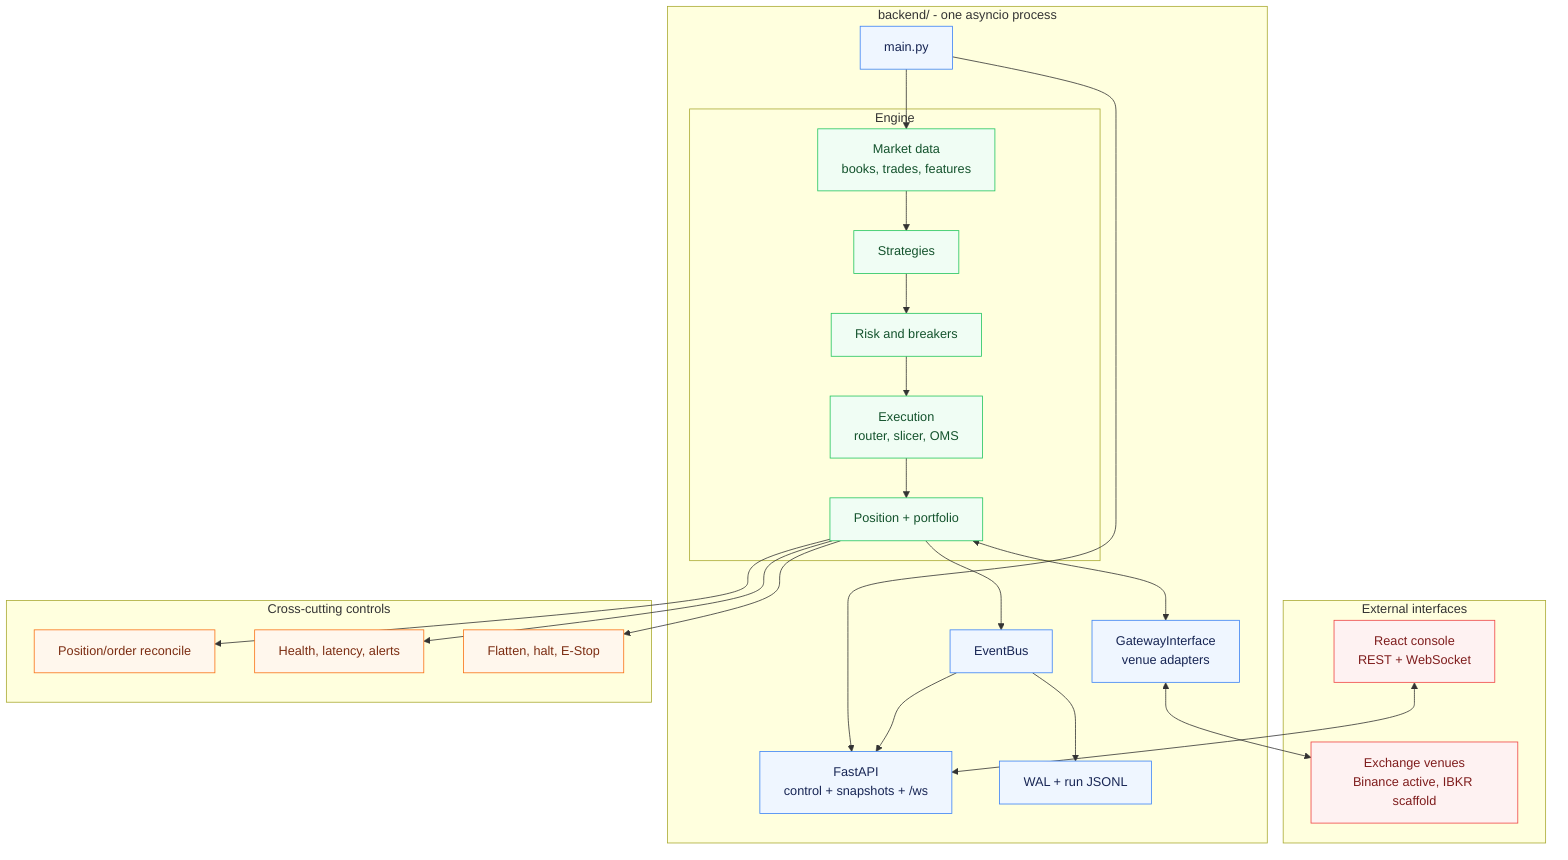
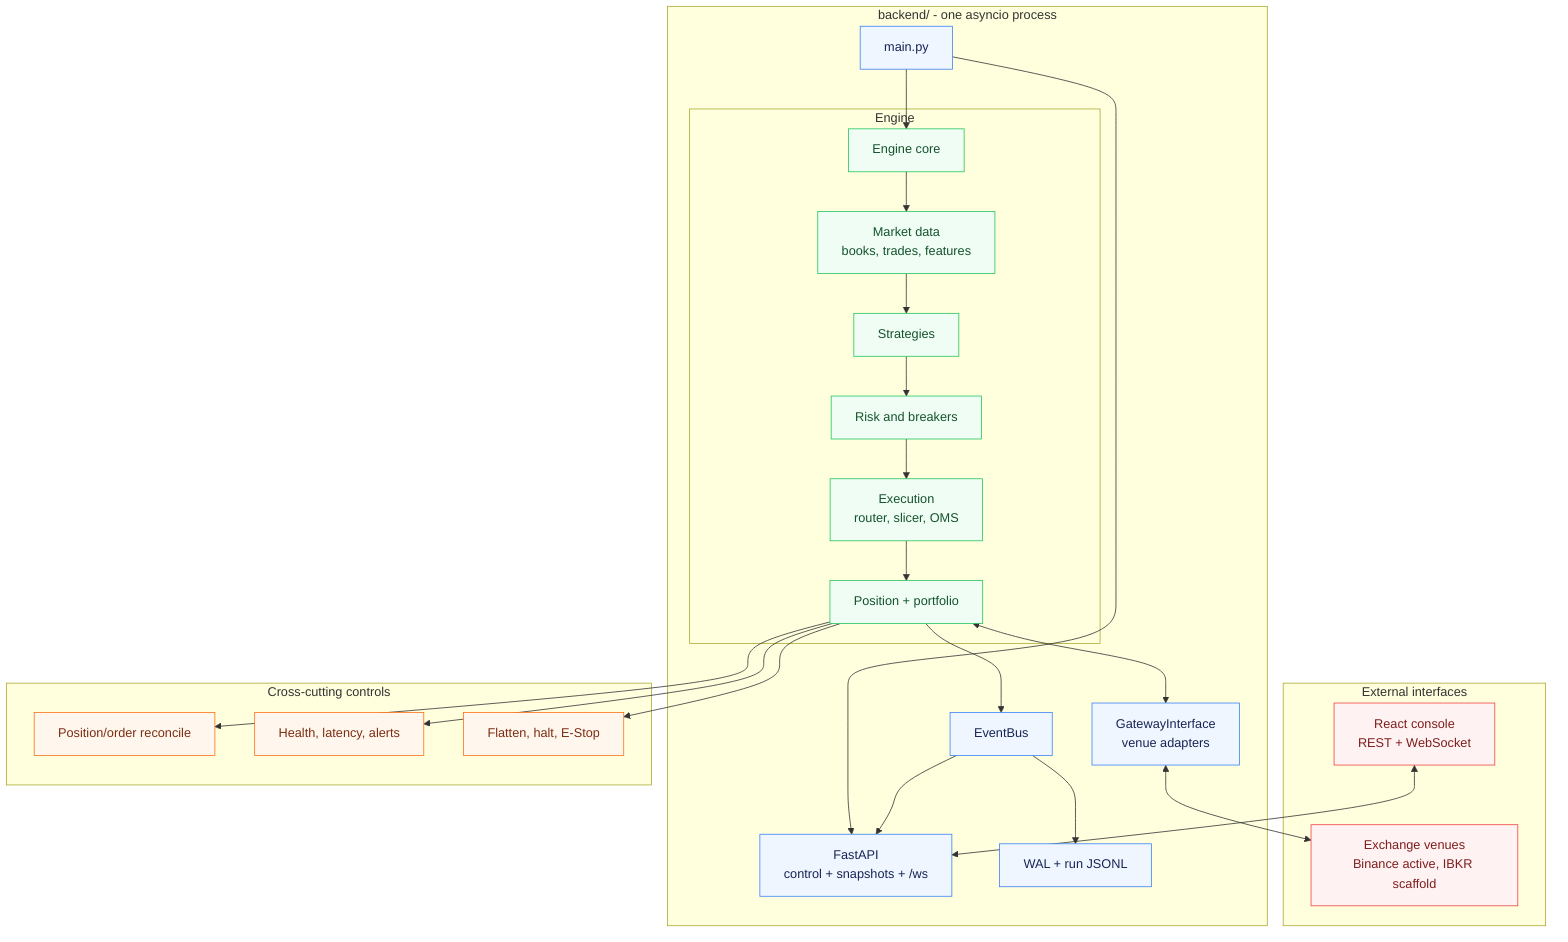
%% Compact end-to-end view
%% Prefer the split architecture-*.mmd sources for implementation detail.
flowchart TB
    subgraph External["External interfaces"]
        UI["React console<br/>REST + WebSocket"]
        VENUE["Exchange venues<br/>Binance active, IBKR scaffold"]
    end

    subgraph Backend["backend/ - one asyncio process"]
        MAIN["main.py"]
        API["FastAPI<br/>control + snapshots + /ws"]
        BUS["EventBus"]
        PERSIST["WAL + run JSONL"]

        subgraph Engine["Engine"]
+             CORE["Engine core"]
            MARKET["Market data<br/>books, trades, features"]
            STRATEGY["Strategies"]
            RISK["Risk and breakers"]
            EXEC["Execution<br/>router, slicer, OMS"]
            STATE["Position + portfolio"]
-             MARKET --> STRATEGY --> RISK --> EXEC --> STATE
+             CORE --> MARKET --> STRATEGY --> RISK --> EXEC --> STATE
        end

        GATEWAY["GatewayInterface<br/>venue adapters"]

-         MAIN --> MARKET
+         MAIN --> CORE
        MAIN --> API
        STATE <--> GATEWAY
        STATE --> BUS
        BUS --> API
        BUS --> PERSIST
    end

    UI <--> API
    GATEWAY <--> VENUE

    subgraph Safety["Cross-cutting controls"]
        RECON["Position/order reconcile"]
        OBS["Health, latency, alerts"]
        STOP["Flatten, halt, E-Stop"]
    end

    STATE --> RECON
    STATE --> OBS
    STATE --> STOP

    classDef external fill:#fef2f2,stroke:#ef4444,color:#7f1d1d
    classDef backend fill:#eff6ff,stroke:#3b82f6,color:#172554
    classDef engine fill:#f0fdf4,stroke:#22c55e,color:#14532d
    classDef safety fill:#fff7ed,stroke:#f97316,color:#7c2d12

    class UI,VENUE external
    class MAIN,API,BUS,PERSIST,GATEWAY backend
-     class MARKET,STRATEGY,RISK,EXEC,STATE engine
+     class CORE,MARKET,STRATEGY,RISK,EXEC,STATE engine
    class RECON,OBS,STOP safety
